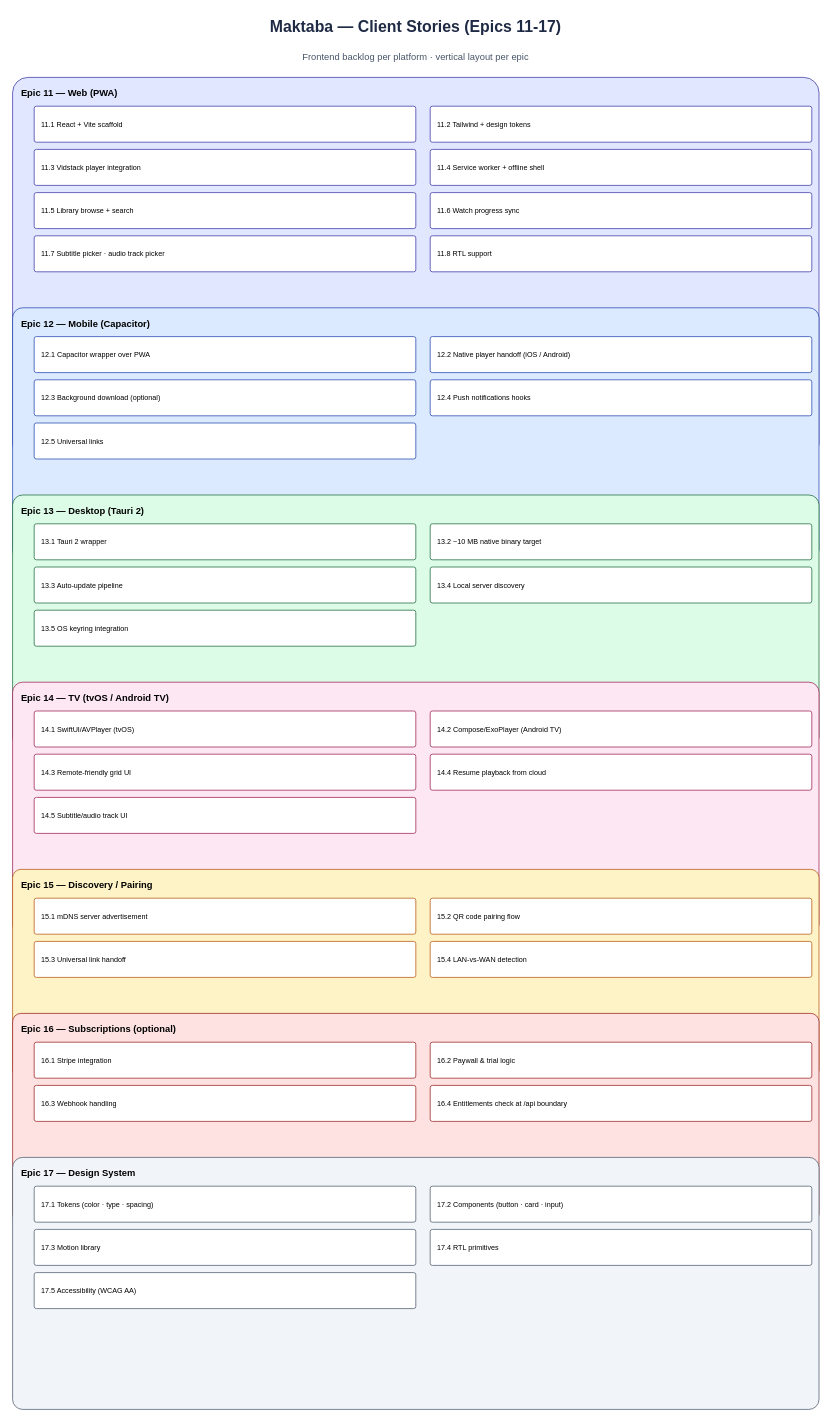
The draw.io diagram specs/diagrams/client-stories.drawio in Hamza-Labs-Core/Maktaba, before the edit. Source tidied: cells renumbered, new cells numbered last; positions are measured from the earlier drawing's top-left corner, leaving out a move shared by most shapes. Both pictures are drawn from the tidied source at 72%, with x=0, y=0 at pixel (12, 12).
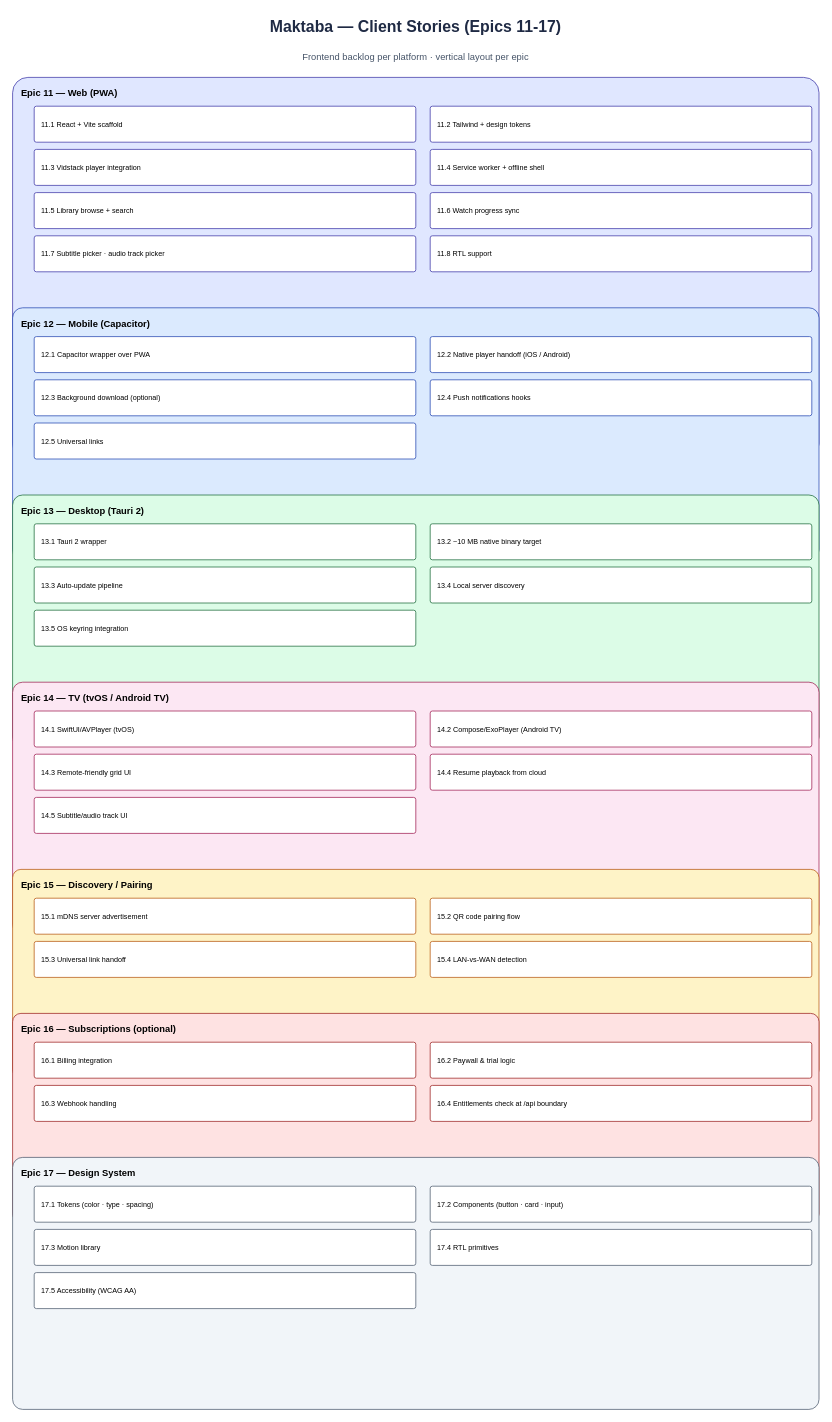
The same diagram, later.

Diff of the diagram source:
```diff
@@
-    <mxCell id="37" value="16.1 Stripe integration" style="rounded=1;whiteSpace=wrap;html=1;fillColor=#FFFFFF;strokeColor=#991B1B;fontSize=10;align=left;verticalAlign=middle;spacingLeft=8;arcSize=6;fontColor=#000000;" parent="1" vertex="1">
+    <mxCell id="37" value="16.1 Billing integration" style="rounded=1;whiteSpace=wrap;html=1;fillColor=#FFFFFF;strokeColor=#991B1B;fontSize=10;align=left;verticalAlign=middle;spacingLeft=8;arcSize=6;fontColor=#000000;" parent="1" vertex="1">
       <mxGeometry x="30" y="1430" width="530" height="50" as="geometry" />
     </mxCell>
```
